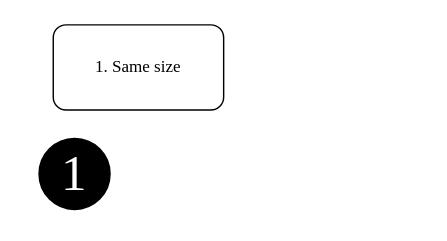
Earlier version of the draw.io diagram blockLLM_workflow.drawio (BDHU/blockllm-diagram). Source tidied: cells renumbered, new cells numbered last; positions are measured from the earlier drawing's top-left corner, leaving out a move shared by most shapes. Both pictures are drawn from the tidied source at 142%, with x=0, y=0 at pixel (38, 24).
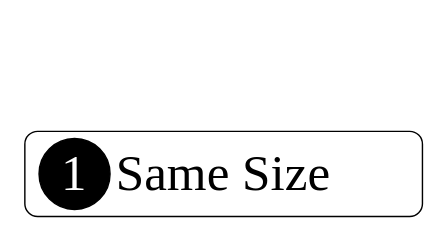
After the change.

The edit, as a diff of the source:
```diff
@@
 <mxGraphModel>
   <root>
     <mxCell id="0" />
     <mxCell id="1" parent="0" />
-    <mxCell id="2" value="&lt;font face=&quot;Times New Roman&quot;&gt;1. Same size&lt;/font&gt;" style="rounded=1;whiteSpace=wrap;html=1;" parent="1" vertex="1">
-      <mxGeometry x="10" width="120" height="60" as="geometry" />
+    <mxCell id="2" value="&lt;font style=&quot;font-size: 36px;&quot; face=&quot;Times New Roman&quot;&gt;Same Size&lt;/font&gt;" style="rounded=1;whiteSpace=wrap;html=1;" parent="1" vertex="1">
+      <mxGeometry x="-10" y="75" width="280" height="60" as="geometry" />
     </mxCell>
     <mxCell id="3" value="&lt;font style=&quot;font-size: 36px; color: rgb(255, 255, 255);&quot; face=&quot;Times New Roman&quot;&gt;1&lt;/font&gt;" style="ellipse;whiteSpace=wrap;html=1;fillColor=#000000;" parent="1" vertex="1">
       <mxGeometry y="80" width="50" height="50" as="geometry" />
     </mxCell>
   </root>
 </mxGraphModel>
```
